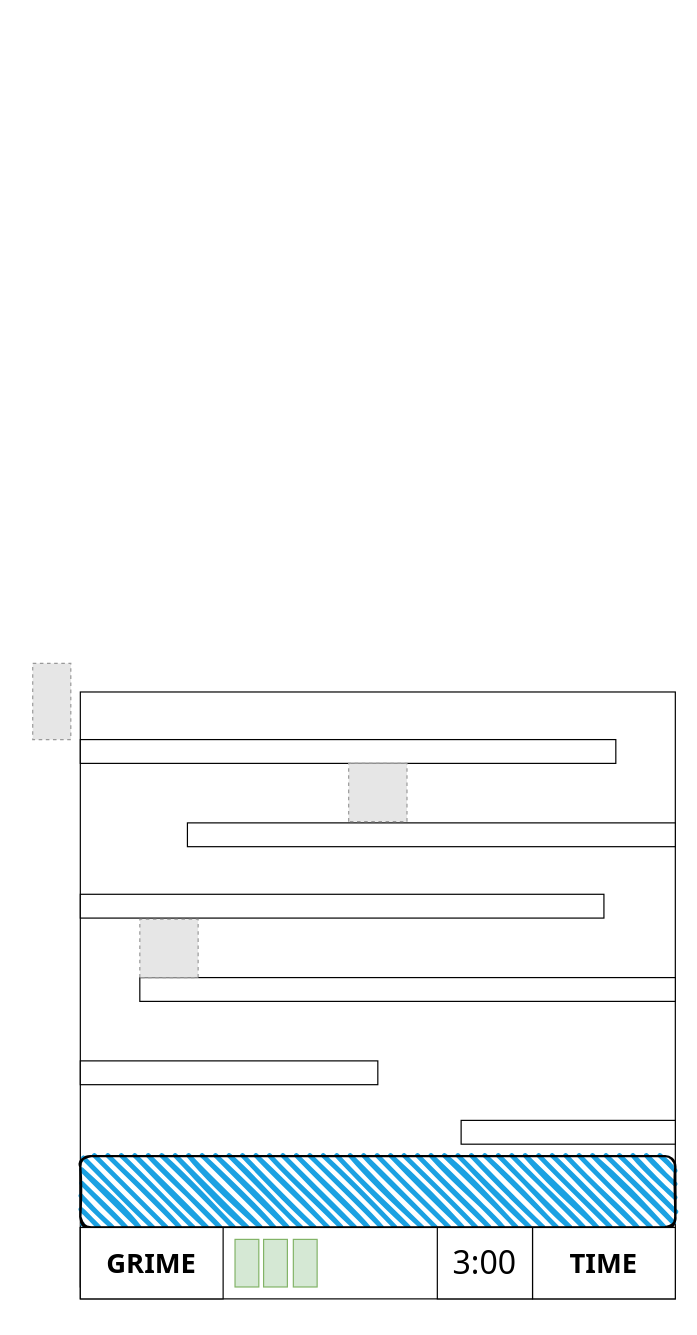
Before: sewer rat level wireframe.drawio in harrisimon/Project1, a draw.io diagram. Source tidied: cells renumbered, new cells numbered last; positions are measured from the earlier drawing's top-left corner, leaving out a move shared by most shapes. Both pictures are drawn from the tidied source at 119%, with x=0, y=0 at pixel (32, 663). Pictures stored in the file or linked from it are replaced by grey dashed boxes.
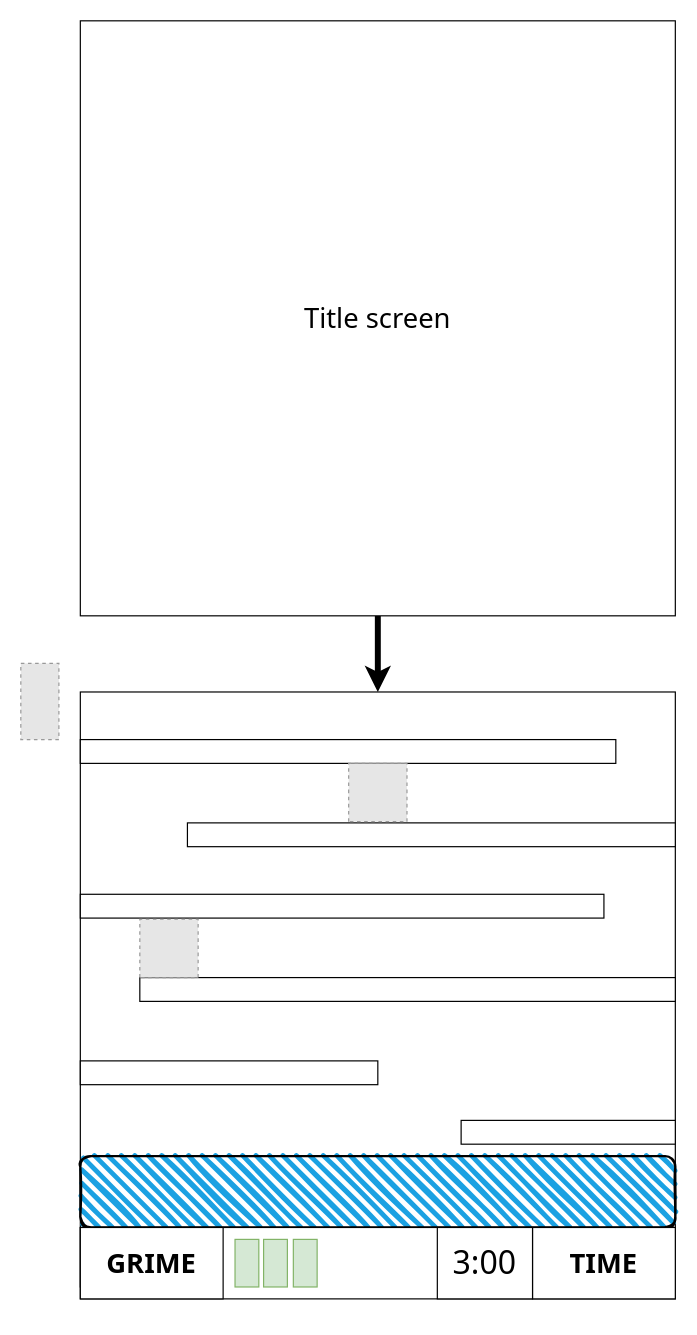
After the change.

Commit message:
Update sewer rat level 1 wireframe.drawio

Unchanged cells that the change refers to:
```xml
<mxCell id="2" style="whiteSpace=wrap;html=1;" parent="1" vertex="1">
  <mxGeometry x="40" y="24" width="500" height="500" as="geometry" />
</mxCell>
```

What changed in the source:
```diff
@@
     <mxCell id="3" style="fillColor=#E6E6E6;strokeColor=#999999;dashed=1;verticalLabelPosition=bottom;labelBackgroundColor=default;verticalAlign=top;" parent="1" vertex="1">
-      <mxGeometry width="32" height="64" as="geometry" />
+      <mxGeometry x="-10" width="32" height="64" as="geometry" />
     </mxCell>
@@
+    <mxCell id="20" style="edgeStyle=orthogonalEdgeStyle;rounded=0;jettySize=auto;html=1;entryX=0.5;entryY=0;entryDx=0;entryDy=0;strokeWidth=5;fontFamily=Tahoma;fontSize=23;" parent="1" edge="1" source="21" target="2">
+      <mxGeometry relative="1" as="geometry" />
+    </mxCell>
+    <mxCell id="21" value="Title screen" style="whiteSpace=wrap;html=1;fontFamily=Tahoma;fontSize=23;" parent="1" vertex="1">
+      <mxGeometry x="40" y="-540" width="500" height="500" as="geometry" />
+    </mxCell>
```
